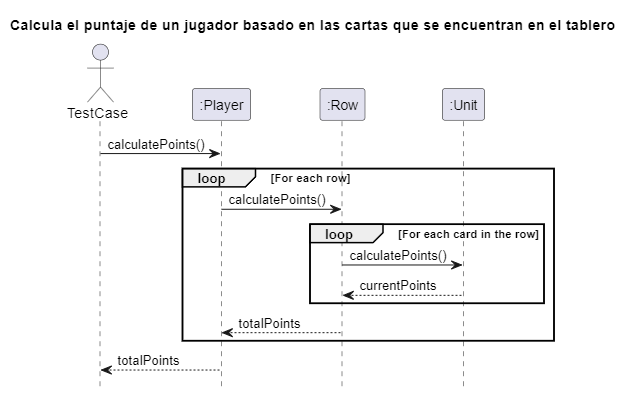
Earlier version of the PlantUML export diagrams/sequences/CalcularPuntajePlayer.png (Yonhir/algo3_proyecto_base_tp2). Its source is kept beside it as diagrams/sequences/CalcularPuntajePlayer.plantuml.
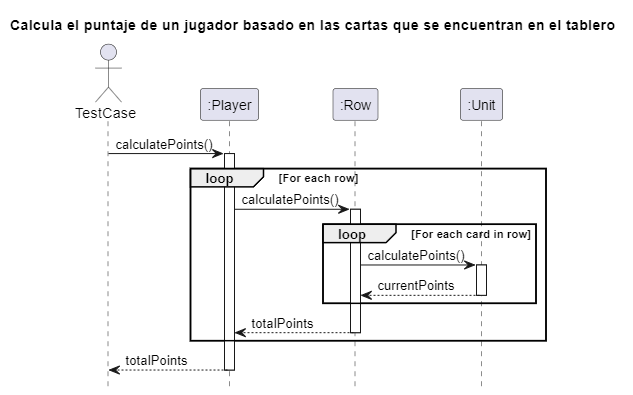
Above is the later version.

The edit, as a diff of the source:
```diff
@@ -10,18 +10,20 @@
 participant ":Unit" as unit
 
 TestCase -> player : calculatePoints()
-
-loop For each row
-    player -> row : calculatePoints()
-
-    loop For each card in the row
-        row -> unit : calculatePoints()
-        unit --> row : currentPoints
+    activate player
+    loop For each row
+        player -> row : calculatePoints()
+            activate row
+            loop For each card in row
+                row -> unit : calculatePoints()
+                    activate unit
+                    unit --> row : currentPoints
+                    deactivate unit
+            end
+            row --> player : totalPoints
+            deactivate row
     end
-
-    row --> player : totalPoints
-end
-
-player --> TestCase : totalPoints
+    player --> TestCase : totalPoints
+    deactivate player
 
 @enduml
```
